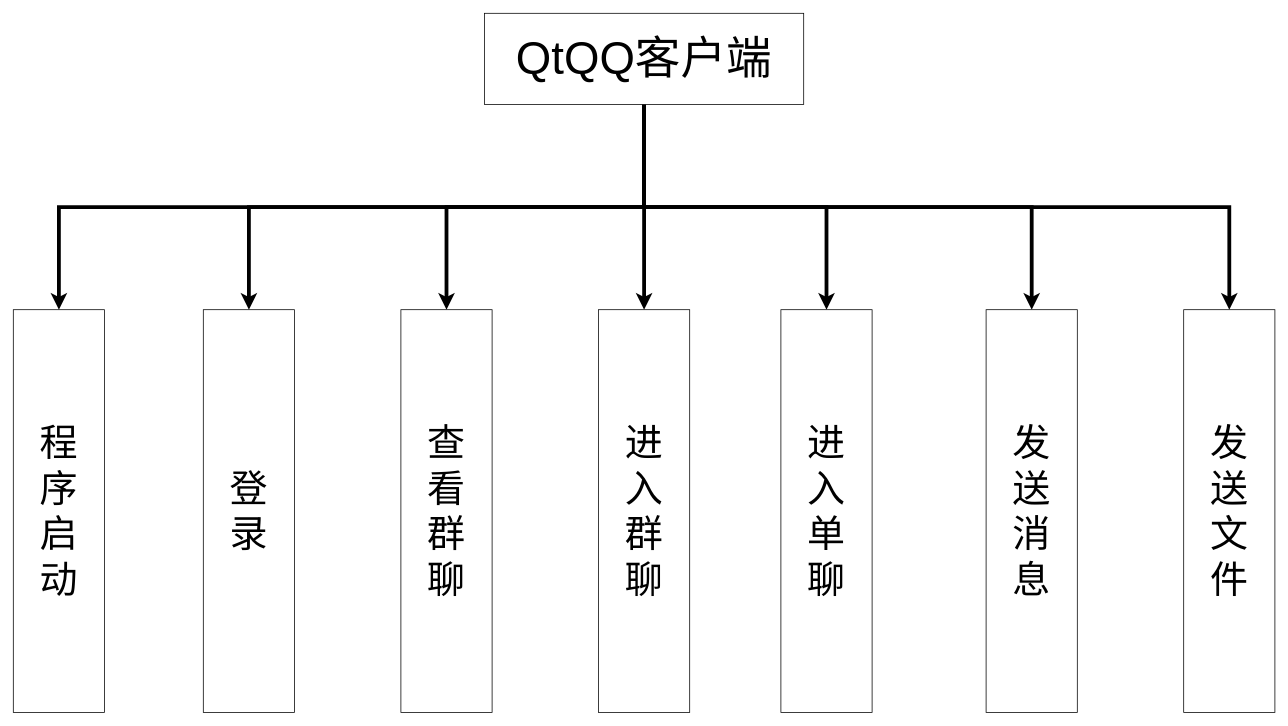
The draw.io diagram chart/客户端功能结构图.drawio in YangGuiTong/QtQQ, before the edit. Source tidied: cells renumbered, new cells numbered last; positions are measured from the earlier drawing's top-left corner, leaving out a move shared by most shapes. Both pictures are drawn from the tidied source at 76%, with x=0, y=0 at pixel (13, 13).
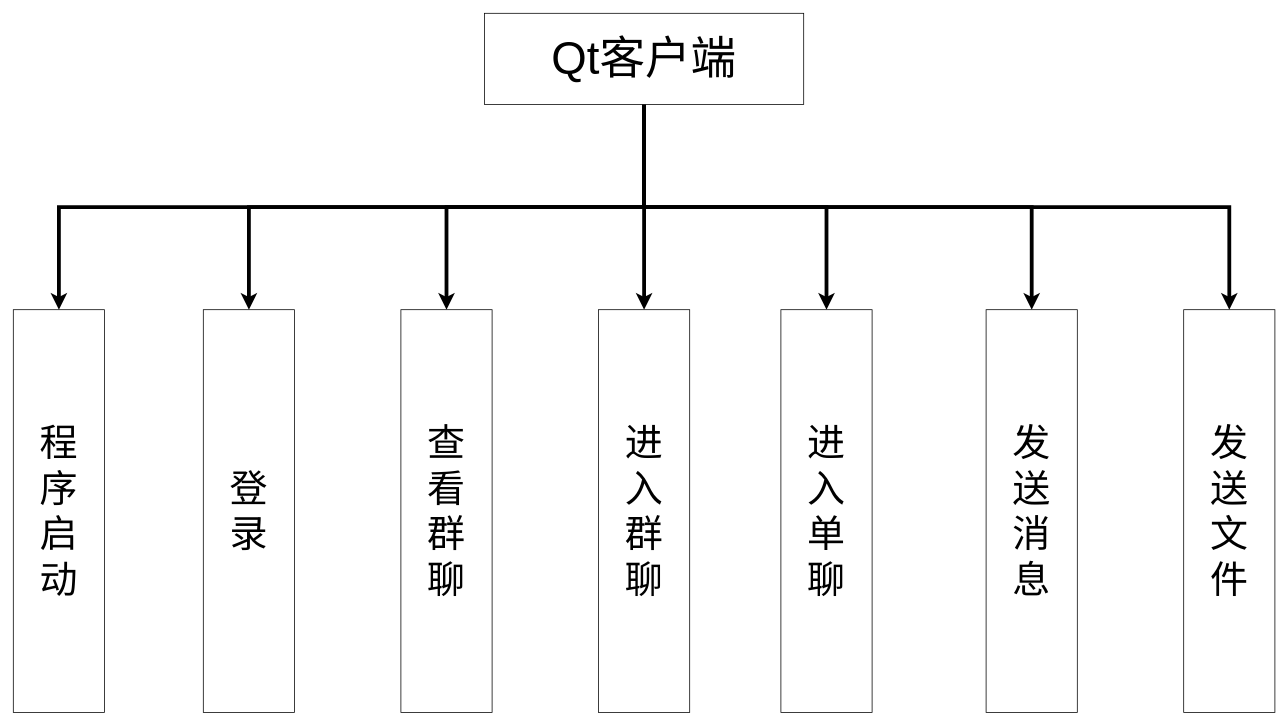
After the change.

Commit message:
更新客户端功能结构图.drawio

Change to the diagram source:
```diff
@@
 <mxGraphModel>
   <root>
     <mxCell id="0" />
     <mxCell id="1" parent="0" />
     <mxCell id="2" style="edgeStyle=orthogonalEdgeStyle;rounded=0;jettySize=auto;html=1;exitX=0.5;exitY=1;exitDx=0;exitDy=0;entryX=0.5;entryY=0;entryDx=0;entryDy=0;strokeWidth=5;" parent="1" edge="1" source="9" target="16">
       <mxGeometry relative="1" as="geometry" />
     </mxCell>
     <mxCell id="3" style="edgeStyle=orthogonalEdgeStyle;rounded=0;jettySize=auto;html=1;exitX=0.5;exitY=1;exitDx=0;exitDy=0;entryX=0.5;entryY=0;entryDx=0;entryDy=0;strokeWidth=5;" parent="1" edge="1" source="9" target="10">
       <mxGeometry relative="1" as="geometry" />
     </mxCell>
     <mxCell id="4" style="edgeStyle=orthogonalEdgeStyle;rounded=0;jettySize=auto;html=1;exitX=0.5;exitY=1;exitDx=0;exitDy=0;entryX=0.5;entryY=0;entryDx=0;entryDy=0;strokeWidth=5;" parent="1" edge="1" source="9" target="11">
       <mxGeometry relative="1" as="geometry" />
     </mxCell>
     <mxCell id="5" style="edgeStyle=orthogonalEdgeStyle;rounded=0;jettySize=auto;html=1;exitX=0.5;exitY=1;exitDx=0;exitDy=0;strokeWidth=5;" parent="1" edge="1" source="9" target="12">
       <mxGeometry relative="1" as="geometry" />
     </mxCell>
     <mxCell id="6" style="edgeStyle=orthogonalEdgeStyle;rounded=0;jettySize=auto;html=1;exitX=0.5;exitY=1;exitDx=0;exitDy=0;strokeWidth=5;" parent="1" edge="1" source="9" target="13">
       <mxGeometry relative="1" as="geometry" />
     </mxCell>
     <mxCell id="7" style="edgeStyle=orthogonalEdgeStyle;rounded=0;jettySize=auto;html=1;exitX=0.5;exitY=1;exitDx=0;exitDy=0;entryX=0.5;entryY=0;entryDx=0;entryDy=0;strokeWidth=5;" parent="1" edge="1" source="9" target="14">
       <mxGeometry relative="1" as="geometry" />
     </mxCell>
     <mxCell id="8" style="edgeStyle=orthogonalEdgeStyle;rounded=0;jettySize=auto;html=1;exitX=0.5;exitY=1;exitDx=0;exitDy=0;strokeWidth=5;" parent="1" edge="1" source="9" target="15">
       <mxGeometry relative="1" as="geometry" />
     </mxCell>
-    <mxCell id="9" value="QtQQ客户端" style="rounded=0;whiteSpace=wrap;html=1;fontSize=60;" parent="1" vertex="1">
+    <mxCell id="9" value="Qt客户端" style="rounded=0;whiteSpace=wrap;html=1;fontSize=60;" parent="1" vertex="1">
       <mxGeometry x="620" width="420" height="120" as="geometry" />
     </mxCell>
     <mxCell id="10" value="登&lt;div&gt;录&lt;/div&gt;" style="rounded=0;whiteSpace=wrap;html=1;fontSize=50;" parent="1" vertex="1">
       <mxGeometry x="250" y="390" width="120" height="530" as="geometry" />
     </mxCell>
     <mxCell id="11" value="查&lt;div&gt;看&lt;/div&gt;&lt;div&gt;群&lt;/div&gt;&lt;div&gt;聊&lt;/div&gt;" style="rounded=0;whiteSpace=wrap;html=1;fontSize=50;" parent="1" vertex="1">
       <mxGeometry x="510" y="390" width="120" height="530" as="geometry" />
     </mxCell>
     <mxCell id="12" value="进&lt;div&gt;入&lt;/div&gt;&lt;div&gt;群&lt;/div&gt;&lt;div&gt;聊&lt;/div&gt;" style="rounded=0;whiteSpace=wrap;html=1;fontSize=50;" parent="1" vertex="1">
       <mxGeometry x="770" y="390" width="120" height="530" as="geometry" />
     </mxCell>
     <mxCell id="13" value="进&lt;div&gt;入&lt;/div&gt;&lt;div&gt;单&lt;/div&gt;&lt;div&gt;聊&lt;/div&gt;" style="rounded=0;whiteSpace=wrap;html=1;fontSize=50;" parent="1" vertex="1">
       <mxGeometry x="1010" y="390" width="120" height="530" as="geometry" />
     </mxCell>
     <mxCell id="14" value="发&lt;div&gt;送&lt;/div&gt;&lt;div&gt;消&lt;/div&gt;&lt;div&gt;息&lt;/div&gt;" style="rounded=0;whiteSpace=wrap;html=1;fontSize=50;" parent="1" vertex="1">
       <mxGeometry x="1280" y="390" width="120" height="530" as="geometry" />
     </mxCell>
     <mxCell id="15" value="发&lt;div&gt;送&lt;/div&gt;&lt;div&gt;文&lt;/div&gt;&lt;div&gt;件&lt;/div&gt;" style="rounded=0;whiteSpace=wrap;html=1;fontSize=50;" parent="1" vertex="1">
       <mxGeometry x="1540" y="390" width="120" height="530" as="geometry" />
     </mxCell>
     <mxCell id="16" value="程&lt;div&gt;序&lt;/div&gt;&lt;div&gt;启&lt;/div&gt;&lt;div&gt;动&lt;/div&gt;" style="rounded=0;whiteSpace=wrap;html=1;fontSize=50;" parent="1" vertex="1">
       <mxGeometry y="390" width="120" height="530" as="geometry" />
     </mxCell>
   </root>
 </mxGraphModel>
```
